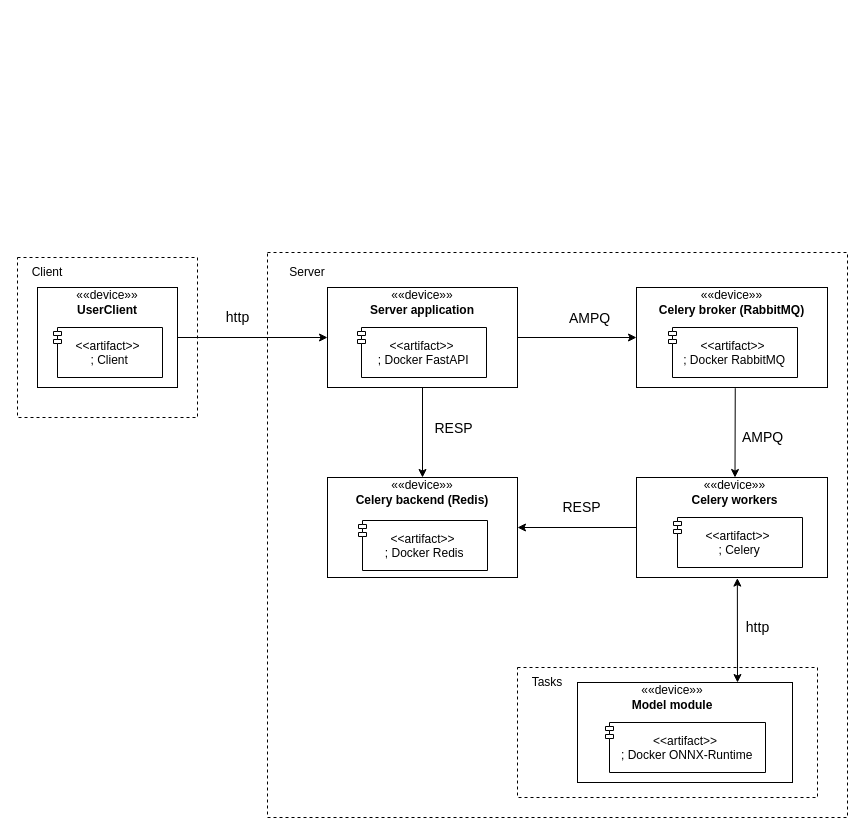
The draw.io diagram docs_stuff/system_diagram.drawio in TaplierShiru/ImgGenerationFastAPI, before the edit. Source tidied: cells renumbered, new cells numbered last; positions are measured from the earlier drawing's top-left corner, leaving out a move shared by most shapes. Both pictures are drawn from the tidied source at 100%, with x=0, y=0 at pixel (17, 252).
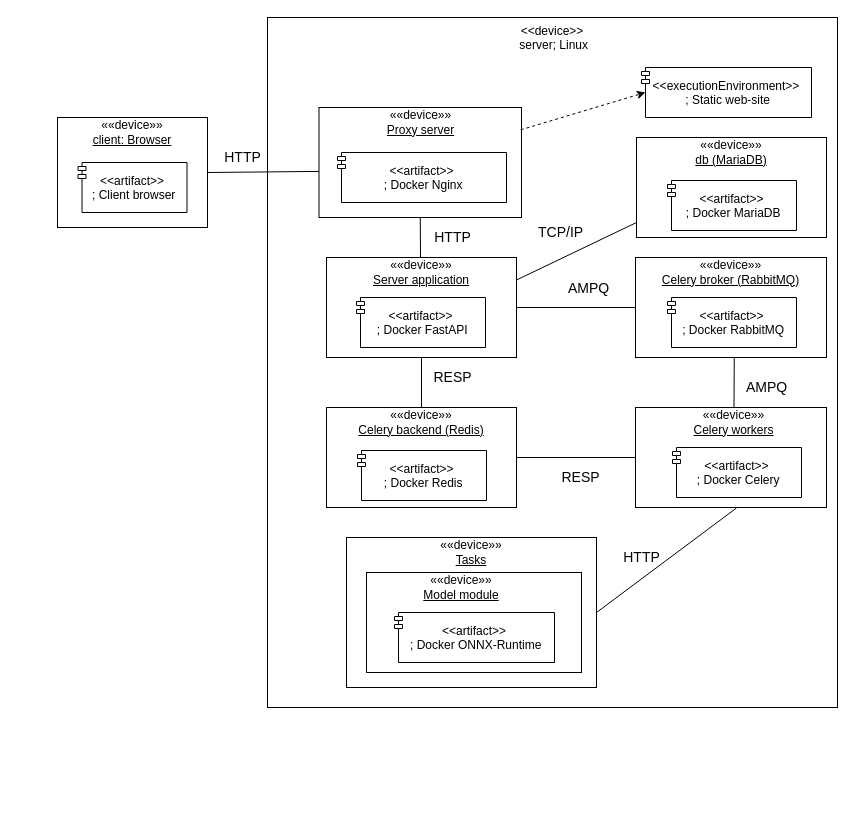
After the change.

Diff of the diagram source:
```diff
@@
-    <mxCell id="2" style="rounded=0;whiteSpace=wrap;html=1;dashed=1;" parent="1" vertex="1">
-      <mxGeometry y="5" width="180" height="160" as="geometry" />
+    <mxCell id="2" style="rounded=0;whiteSpace=wrap;html=1;" parent="1" vertex="1">
+      <mxGeometry x="40" y="-135" width="150" height="110" as="geometry" />
     </mxCell>
-    <mxCell id="3" style="rounded=0;whiteSpace=wrap;html=1;dashed=1;" parent="1" vertex="1">
-      <mxGeometry x="250" width="580" height="565" as="geometry" />
+    <mxCell id="3" style="rounded=0;whiteSpace=wrap;html=1;" parent="1" vertex="1">
+      <mxGeometry x="250" y="-235" width="570" height="690" as="geometry" />
     </mxCell>
-    <mxCell id="4" style="rounded=0;whiteSpace=wrap;html=1;dashed=1;" parent="1" vertex="1">
-      <mxGeometry x="500" y="415" width="300" height="130" as="geometry" />
+    <mxCell id="4" style="rounded=0;whiteSpace=wrap;html=1;" parent="1" vertex="1">
+      <mxGeometry x="329" y="285" width="250" height="150" as="geometry" />
     </mxCell>
-    <mxCell id="5" value="&lt;p style=&quot;line-height: 100%&quot;&gt;&lt;br&gt;&lt;/p&gt;" style="html=1;align=center;" parent="1" vertex="1">
-      <mxGeometry x="20" y="35" width="140" height="100" as="geometry" />
-    </mxCell>
-    <mxCell id="6" value="&lt;&lt;artifact&gt;&gt;&#10; ; Client" style="shape=module;jettyWidth=8;jettyHeight=4;fontStyle=0;" parent="5" vertex="1">
-      <mxGeometry x="1" width="109" height="50" relative="1" as="geometry">
-        <mxPoint x="-124" y="40" as="offset" />
-      </mxGeometry>
-    </mxCell>
-    <mxCell id="7" value="&lt;span&gt;««&lt;/span&gt;&lt;span&gt;device»&lt;/span&gt;&lt;span&gt;»&lt;/span&gt;&lt;br&gt;&lt;b&gt;UserClient&lt;/b&gt;" style="text;html=1;strokeColor=none;fillColor=none;align=center;verticalAlign=middle;whiteSpace=wrap;rounded=0;" parent="1" vertex="1">
-      <mxGeometry x="45" y="35" width="90" height="30" as="geometry" />
+    <mxCell id="7" value="&lt;span&gt;««&lt;/span&gt;&lt;span&gt;device»&lt;/span&gt;&lt;span&gt;»&lt;/span&gt;&lt;br&gt;&lt;u&gt;client: Browser&lt;/u&gt;" style="text;html=1;strokeColor=none;fillColor=none;align=center;verticalAlign=middle;whiteSpace=wrap;rounded=0;" parent="1" vertex="1">
+      <mxGeometry x="40" y="-135" width="150" height="30" as="geometry" />
     </mxCell>
     <mxCell id="8" value="&lt;p style=&quot;line-height: 100%&quot;&gt;&lt;br&gt;&lt;/p&gt;" style="html=1;align=center;" parent="1" vertex="1">
-      <mxGeometry x="310" y="35" width="190" height="100" as="geometry" />
+      <mxGeometry x="309" y="5" width="190" height="100" as="geometry" />
     </mxCell>
@@
-    <mxCell id="10" value="&lt;span&gt;««&lt;/span&gt;&lt;span&gt;device»&lt;/span&gt;&lt;span&gt;»&lt;/span&gt;&lt;br&gt;&lt;b&gt;Server application&lt;/b&gt;" style="text;html=1;strokeColor=none;fillColor=none;align=center;verticalAlign=middle;whiteSpace=wrap;rounded=0;" parent="1" vertex="1">
-      <mxGeometry x="310" y="35" width="190" height="30" as="geometry" />
+    <mxCell id="10" value="&lt;span&gt;««&lt;/span&gt;&lt;span&gt;device»&lt;/span&gt;&lt;span&gt;»&lt;/span&gt;&lt;br&gt;&lt;u&gt;Server application&lt;/u&gt;" style="text;html=1;strokeColor=none;fillColor=none;align=center;verticalAlign=middle;whiteSpace=wrap;rounded=0;" parent="1" vertex="1">
+      <mxGeometry x="309" y="5" width="190" height="30" as="geometry" />
     </mxCell>
     <mxCell id="11" value="&lt;p style=&quot;line-height: 100%&quot;&gt;&lt;br&gt;&lt;/p&gt;" style="html=1;align=center;" parent="1" vertex="1">
-      <mxGeometry x="619" y="225" width="191" height="100" as="geometry" />
+      <mxGeometry x="618" y="155" width="191" height="100" as="geometry" />
     </mxCell>
-    <mxCell id="12" value="&lt;&lt;artifact&gt;&gt;&#10; ; Celery" style="shape=module;jettyWidth=8;jettyHeight=4;fontStyle=0;" parent="11" vertex="1">
+    <mxCell id="12" value="&lt;&lt;artifact&gt;&gt;&#10; ; Docker Celery" style="shape=module;jettyWidth=8;jettyHeight=4;fontStyle=0;" parent="11" vertex="1">
       <mxGeometry x="1" width="129" height="50" relative="1" as="geometry">
         <mxPoint x="-154" y="40" as="offset" />
       </mxGeometry>
     </mxCell>
-    <mxCell id="13" value="&lt;span&gt;««&lt;/span&gt;&lt;span&gt;device»&lt;/span&gt;&lt;span&gt;»&lt;/span&gt;&lt;br&gt;&lt;b&gt;Celery workers&lt;/b&gt;" style="text;html=1;strokeColor=none;fillColor=none;align=center;verticalAlign=middle;whiteSpace=wrap;rounded=0;" parent="1" vertex="1">
-      <mxGeometry x="625" y="225" width="185" height="30" as="geometry" />
+    <mxCell id="13" value="&lt;span&gt;««&lt;/span&gt;&lt;span&gt;device»&lt;/span&gt;&lt;span&gt;»&lt;/span&gt;&lt;br&gt;&lt;u&gt;Celery workers&lt;/u&gt;" style="text;html=1;strokeColor=none;fillColor=none;align=center;verticalAlign=middle;whiteSpace=wrap;rounded=0;" parent="1" vertex="1">
+      <mxGeometry x="624" y="155" width="185" height="30" as="geometry" />
     </mxCell>
     <mxCell id="14" value="&lt;p style=&quot;line-height: 100%&quot;&gt;&lt;br&gt;&lt;/p&gt;" style="html=1;align=center;" parent="1" vertex="1">
-      <mxGeometry x="310" y="225" width="190" height="100" as="geometry" />
+      <mxGeometry x="309" y="155" width="190" height="100" as="geometry" />
     </mxCell>
@@
-    <mxCell id="16" value="&lt;span&gt;««&lt;/span&gt;&lt;span&gt;device»&lt;/span&gt;&lt;span&gt;»&lt;/span&gt;&lt;br&gt;&lt;b&gt;Celery backend (Redis)&lt;/b&gt;" style="text;html=1;strokeColor=none;fillColor=none;align=center;verticalAlign=middle;whiteSpace=wrap;rounded=0;" parent="1" vertex="1">
-      <mxGeometry x="310" y="225" width="190" height="30" as="geometry" />
+    <mxCell id="16" value="&lt;span&gt;««&lt;/span&gt;&lt;span&gt;device»&lt;/span&gt;&lt;span&gt;»&lt;/span&gt;&lt;br&gt;&lt;u&gt;Celery backend (Redis)&lt;/u&gt;" style="text;html=1;strokeColor=none;fillColor=none;align=center;verticalAlign=middle;whiteSpace=wrap;rounded=0;" parent="1" vertex="1">
+      <mxGeometry x="309" y="155" width="190" height="30" as="geometry" />
     </mxCell>
     <mxCell id="17" value="&lt;p style=&quot;line-height: 100%&quot;&gt;&lt;br&gt;&lt;/p&gt;" style="html=1;align=center;" parent="1" vertex="1">
-      <mxGeometry x="619" y="35" width="191" height="100" as="geometry" />
+      <mxGeometry x="618" y="5" width="191" height="100" as="geometry" />
     </mxCell>
@@
-    <mxCell id="19" value="&lt;span&gt;««&lt;/span&gt;&lt;span&gt;device»&lt;/span&gt;&lt;span&gt;»&lt;/span&gt;&lt;br&gt;&lt;b&gt;Celery broker (RabbitMQ)&lt;/b&gt;" style="text;html=1;strokeColor=none;fillColor=none;align=center;verticalAlign=middle;whiteSpace=wrap;rounded=0;" parent="1" vertex="1">
-      <mxGeometry x="619" y="35" width="191" height="30" as="geometry" />
+    <mxCell id="19" value="&lt;span&gt;««&lt;/span&gt;&lt;span&gt;device»&lt;/span&gt;&lt;span&gt;»&lt;/span&gt;&lt;br&gt;&lt;u&gt;Celery broker (RabbitMQ)&lt;/u&gt;" style="text;html=1;strokeColor=none;fillColor=none;align=center;verticalAlign=middle;whiteSpace=wrap;rounded=0;" parent="1" vertex="1">
+      <mxGeometry x="618" y="5" width="191" height="30" as="geometry" />
     </mxCell>
-    <mxCell id="20" style="endArrow=classic;html=1;exitX=1;exitY=0.5;exitDx=0;exitDy=0;entryX=0;entryY=0.5;entryDx=0;entryDy=0;" parent="1" edge="1" source="8" target="17">
+    <mxCell id="20" style="endArrow=none;html=1;exitX=1;exitY=0.5;exitDx=0;exitDy=0;entryX=0;entryY=0.5;entryDx=0;entryDy=0;endFill=0;" parent="1" edge="1" source="8" target="17">
       <mxGeometry relative="1" as="geometry" />
     </mxCell>
@@
-    <mxCell id="22" style="endArrow=classic;html=1;exitX=1;exitY=0.5;exitDx=0;exitDy=0;entryX=0;entryY=0.5;entryDx=0;entryDy=0;" parent="1" edge="1" source="5" target="8">
+    <mxCell id="22" style="endArrow=none;html=1;startArrow=none;startFill=0;entryX=0.004;entryY=0.581;entryDx=0;entryDy=0;entryPerimeter=0;endFill=0;exitX=1;exitY=0.5;exitDx=0;exitDy=0;" parent="1" edge="1" source="2" target="43">
       <mxGeometry relative="1" as="geometry" />
     </mxCell>
-    <mxCell id="23" style="endArrow=classic;html=1;exitX=0.5;exitY=1;exitDx=0;exitDy=0;entryX=0.5;entryY=0;entryDx=0;entryDy=0;" parent="1" edge="1" source="8" target="16">
+    <mxCell id="23" style="endArrow=none;html=1;exitX=0.5;exitY=1;exitDx=0;exitDy=0;entryX=0.5;entryY=0;entryDx=0;entryDy=0;endFill=0;" parent="1" edge="1" source="8" target="16">
       <mxGeometry relative="1" as="geometry" />
     </mxCell>
     <mxCell id="24" value="RESP" style="edgeLabel;html=1;align=center;verticalAlign=middle;fontSize=14;" parent="23" vertex="1">
       <mxGeometry x="-0.55" relative="1" as="geometry">
-        <mxPoint x="30" y="20" as="offset" />
+        <mxPoint x="30" y="8" as="offset" />
       </mxGeometry>
     </mxCell>
-    <mxCell id="25" style="endArrow=classic;html=1;exitX=0.517;exitY=1.007;exitDx=0;exitDy=0;entryX=0.5;entryY=0;entryDx=0;entryDy=0;exitPerimeter=0;" parent="1" edge="1" source="17" target="13">
+    <mxCell id="25" style="endArrow=none;html=1;exitX=0.517;exitY=1.007;exitDx=0;exitDy=0;entryX=0.5;entryY=0;entryDx=0;entryDy=0;exitPerimeter=0;endFill=0;" parent="1" edge="1" source="17" target="13">
       <mxGeometry relative="1" as="geometry" />
     </mxCell>
-    <mxCell id="26" style="endArrow=classic;html=1;entryX=1;entryY=0.5;entryDx=0;entryDy=0;exitX=0;exitY=0.5;exitDx=0;exitDy=0;" parent="1" edge="1" source="11" target="14">
+    <mxCell id="26" style="endArrow=none;html=1;entryX=1;entryY=0.5;entryDx=0;entryDy=0;exitX=0;exitY=0.5;exitDx=0;exitDy=0;endFill=0;" parent="1" edge="1" source="11" target="14">
       <mxGeometry relative="1" as="geometry" />
     </mxCell>
-    <mxCell id="27" value="Server" style="text;html=1;strokeColor=none;fillColor=none;align=center;verticalAlign=middle;whiteSpace=wrap;rounded=0;dashed=1;" parent="1" vertex="1">
-      <mxGeometry x="260" y="5" width="60" height="30" as="geometry" />
-    </mxCell>
-    <mxCell id="28" value="Client" style="text;html=1;strokeColor=none;fillColor=none;align=center;verticalAlign=middle;whiteSpace=wrap;rounded=0;dashed=1;" parent="1" vertex="1">
-      <mxGeometry y="5" width="60" height="30" as="geometry" />
-    </mxCell>
     <mxCell id="29" value="&lt;p style=&quot;line-height: 100%&quot;&gt;&lt;br&gt;&lt;/p&gt;" style="html=1;align=center;" parent="1" vertex="1">
-      <mxGeometry x="560" y="430" width="215" height="100" as="geometry" />
+      <mxGeometry x="349" y="320" width="215" height="100" as="geometry" />
     </mxCell>
@@
-    <mxCell id="31" value="&lt;span&gt;««&lt;/span&gt;&lt;span&gt;device»&lt;/span&gt;&lt;span&gt;»&lt;/span&gt;&lt;br&gt;&lt;b&gt;Model module&lt;/b&gt;" style="text;html=1;strokeColor=none;fillColor=none;align=center;verticalAlign=middle;whiteSpace=wrap;rounded=0;" parent="1" vertex="1">
-      <mxGeometry x="590" y="430" width="130" height="30" as="geometry" />
+    <mxCell id="31" value="&lt;span&gt;««&lt;/span&gt;&lt;span&gt;device»&lt;/span&gt;&lt;span&gt;»&lt;/span&gt;&lt;br&gt;&lt;u&gt;Model module&lt;/u&gt;" style="text;html=1;strokeColor=none;fillColor=none;align=center;verticalAlign=middle;whiteSpace=wrap;rounded=0;" parent="1" vertex="1">
+      <mxGeometry x="379" y="320" width="130" height="30" as="geometry" />
     </mxCell>
-    <mxCell id="32" value="Tasks" style="text;html=1;strokeColor=none;fillColor=none;align=center;verticalAlign=middle;whiteSpace=wrap;rounded=0;dashed=1;" parent="1" vertex="1">
-      <mxGeometry x="500" y="415" width="60" height="30" as="geometry" />
+    <mxCell id="32" value="««device»»&lt;br&gt;&lt;u&gt;Tasks&lt;/u&gt;" style="text;html=1;strokeColor=none;fillColor=none;align=center;verticalAlign=middle;whiteSpace=wrap;rounded=0;dashed=1;" parent="1" vertex="1">
+      <mxGeometry x="329" y="285" width="250" height="30" as="geometry" />
     </mxCell>
     <mxCell id="33" value="RESP" style="edgeLabel;html=1;align=center;verticalAlign=middle;fontSize=14;" parent="1" vertex="1">
-      <mxGeometry x="450" y="175" as="geometry">
+      <mxGeometry x="449" y="145" as="geometry">
         <mxPoint x="113" y="79" as="offset" />
       </mxGeometry>
     </mxCell>
-    <mxCell id="34" style="endArrow=classic;html=1;rounded=0;fontSize=14;exitX=0.528;exitY=1.006;exitDx=0;exitDy=0;entryX=1;entryY=0;entryDx=0;entryDy=0;exitPerimeter=0;startArrow=classic;startFill=1;" parent="1" edge="1" source="11" target="31">
+    <mxCell id="34" style="endArrow=none;html=1;rounded=0;fontSize=14;exitX=0.528;exitY=1.006;exitDx=0;exitDy=0;exitPerimeter=0;startArrow=none;startFill=0;endFill=0;entryX=1;entryY=0.5;entryDx=0;entryDy=0;" parent="1" edge="1" source="11" target="4">
       <mxGeometry relative="1" as="geometry" />
     </mxCell>
-    <mxCell id="35" value="http" style="text;html=1;align=center;verticalAlign=middle;strokeColor=none;fillColor=none;fontSize=14;" parent="1" vertex="1">
-      <mxGeometry x="720" y="365" width="40" height="20" as="geometry" />
+    <mxCell id="35" value="HTTP" style="text;html=1;align=center;verticalAlign=middle;strokeColor=none;fillColor=none;fontSize=14;" parent="1" vertex="1">
+      <mxGeometry x="599" y="295" width="50" height="20" as="geometry" />
     </mxCell>
-    <mxCell id="36" value="http" style="text;html=1;align=center;verticalAlign=middle;strokeColor=none;fillColor=none;fontSize=14;" parent="1" vertex="1">
-      <mxGeometry x="200" y="55" width="40" height="20" as="geometry" />
+    <mxCell id="36" value="HTTP" style="text;html=1;align=center;verticalAlign=middle;strokeColor=none;fillColor=none;fontSize=14;" parent="1" vertex="1">
+      <mxGeometry x="200" y="-105" width="50" height="20" as="geometry" />
     </mxCell>
     <mxCell id="37" value="&lt;span style=&quot;background-color: rgb(255 , 255 , 255)&quot;&gt;AMPQ&lt;/span&gt;" style="text;html=1;align=center;verticalAlign=middle;strokeColor=none;fillColor=none;fontSize=14;" parent="1" vertex="1">
-      <mxGeometry x="715" y="175" width="60" height="20" as="geometry" />
+      <mxGeometry x="719" y="125" width="60" height="20" as="geometry" />
     </mxCell>
+    <mxCell id="38" value="&lt;p style=&quot;line-height: 100%&quot;&gt;&lt;br&gt;&lt;/p&gt;" style="html=1;align=center;" parent="1" vertex="1">
+      <mxGeometry x="619" y="-115" width="190" height="100" as="geometry" />
+    </mxCell>
+    <mxCell id="39" value="&lt;&lt;artifact&gt;&gt;&#10; ; Docker MariaDB" style="shape=module;jettyWidth=8;jettyHeight=4;fontStyle=0;" parent="38" vertex="1">
+      <mxGeometry x="1" width="129" height="50" relative="1" as="geometry">
+        <mxPoint x="-159" y="43" as="offset" />
+      </mxGeometry>
+    </mxCell>
+    <mxCell id="40" value="&lt;span&gt;««&lt;/span&gt;&lt;span&gt;device»&lt;/span&gt;&lt;span&gt;»&lt;/span&gt;&lt;br&gt;&lt;u&gt;db (MariaDB)&lt;/u&gt;" style="text;html=1;strokeColor=none;fillColor=none;align=center;verticalAlign=middle;whiteSpace=wrap;rounded=0;" parent="1" vertex="1">
+      <mxGeometry x="619" y="-115" width="190" height="30" as="geometry" />
+    </mxCell>
+    <mxCell id="41" style="endArrow=none;html=1;exitX=1;exitY=0.75;exitDx=0;exitDy=0;entryX=0;entryY=0.85;entryDx=0;entryDy=0;entryPerimeter=0;endFill=0;" parent="1" edge="1" source="10" target="38">
+      <mxGeometry relative="1" as="geometry" />
+    </mxCell>
+    <mxCell id="42" value="TCP/IP" style="text;whiteSpace=wrap;html=1;fontSize=14;" parent="1" vertex="1">
+      <mxGeometry x="519" y="-35" width="60" height="30" as="geometry" />
+    </mxCell>
+    <mxCell id="43" value="&lt;p style=&quot;line-height: 100%&quot;&gt;&lt;br&gt;&lt;/p&gt;" style="html=1;align=center;" parent="1" vertex="1">
+      <mxGeometry x="301.5" y="-145" width="202.5" height="110" as="geometry" />
+    </mxCell>
+    <mxCell id="44" value="&lt;&lt;artifact&gt;&gt;&#10; ; Docker Nginx" style="shape=module;jettyWidth=8;jettyHeight=4;fontStyle=0;" parent="43" vertex="1">
+      <mxGeometry x="1" width="169" height="50" relative="1" as="geometry">
+        <mxPoint x="-184" y="45" as="offset" />
+      </mxGeometry>
+    </mxCell>
+    <mxCell id="45" value="&lt;span&gt;««&lt;/span&gt;&lt;span&gt;device»&lt;/span&gt;&lt;span&gt;»&lt;/span&gt;&lt;br&gt;&lt;u&gt;Proxy server&lt;/u&gt;" style="text;html=1;strokeColor=none;fillColor=none;align=center;verticalAlign=middle;whiteSpace=wrap;rounded=0;" parent="1" vertex="1">
+      <mxGeometry x="306.5" y="-145" width="192.5" height="30" as="geometry" />
+    </mxCell>
+    <mxCell id="46" value="&lt;&lt;executionEnvironment&gt;&gt;&#10; ; Static web-site" style="shape=module;jettyWidth=8;jettyHeight=4;fontStyle=0;" parent="1" vertex="1">
+      <mxGeometry x="624" y="-185" width="170" height="50" as="geometry" />
+    </mxCell>
+    <mxCell id="47" style="endArrow=none;html=1;rounded=0;entryX=0.5;entryY=1;entryDx=0;entryDy=0;startArrow=none;startFill=0;endFill=0;" parent="1" edge="1" target="43">
+      <mxGeometry relative="1" as="geometry">
+        <mxPoint x="403" y="5" as="sourcePoint" />
+      </mxGeometry>
+    </mxCell>
+    <mxCell id="48" value="HTTP" style="text;html=1;align=center;verticalAlign=middle;strokeColor=none;fillColor=none;fontSize=14;" parent="1" vertex="1">
+      <mxGeometry x="410" y="-25" width="50" height="20" as="geometry" />
+    </mxCell>
+    <mxCell id="49" style="endArrow=classic;html=1;rounded=0;entryX=0;entryY=0.5;entryDx=4;entryDy=0;entryPerimeter=0;exitX=0.996;exitY=0.203;exitDx=0;exitDy=0;exitPerimeter=0;dashed=1;" parent="1" edge="1" source="43" target="46">
+      <mxGeometry relative="1" as="geometry" />
+    </mxCell>
+    <mxCell id="50" value="&lt;span style=&quot;color: rgb(0, 0, 0); font-family: helvetica; font-size: 12px; font-style: normal; font-weight: 400; letter-spacing: normal; text-indent: 0px; text-transform: none; word-spacing: 0px; display: inline; float: none;&quot;&gt;&amp;lt;&amp;lt;device&amp;gt;&amp;gt;&lt;/span&gt;&lt;br style=&quot;padding: 0px; margin: 0px; color: rgb(0, 0, 0); font-family: helvetica; font-size: 12px; font-style: normal; font-weight: 400; letter-spacing: normal; text-indent: 0px; text-transform: none; word-spacing: 0px;&quot;&gt;&lt;span style=&quot;color: rgb(0, 0, 0); font-family: helvetica; font-size: 12px; font-style: normal; font-weight: 400; letter-spacing: normal; text-indent: 0px; text-transform: none; word-spacing: 0px; display: inline; float: none;&quot;&gt;&amp;nbsp;server;&amp;nbsp;Linux&lt;/span&gt;" style="text;whiteSpace=wrap;html=1;align=center;labelBackgroundColor=default;" parent="1" vertex="1">
+      <mxGeometry x="250" y="-235" width="570" height="40" as="geometry" />
+    </mxCell>
+    <mxCell id="51" value="&lt;&lt;artifact&gt;&gt;&#10; ; Client browser" style="shape=module;jettyWidth=8;jettyHeight=4;fontStyle=0;" parent="1" vertex="1">
+      <mxGeometry x="60.5" y="-90" width="109" height="50" as="geometry" />
+    </mxCell>
```
